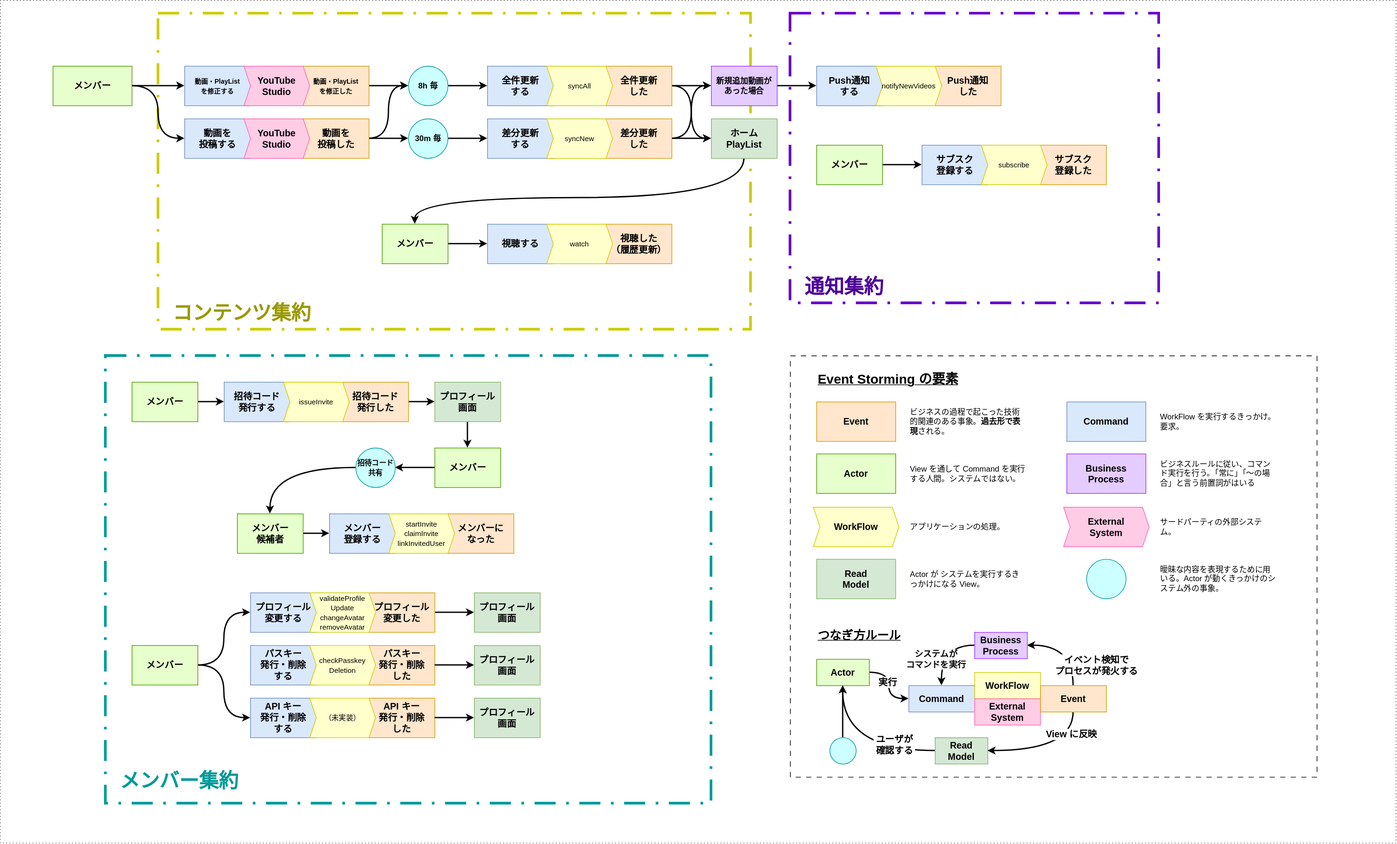
nw-union/soko keeps this draw.io diagram as event_storming.drawio.svg. Above is the earlier version. Source tidied: cells renumbered, new cells last; positions are measured from the earlier drawing's top-left corner, leaving out a move shared by most shapes.
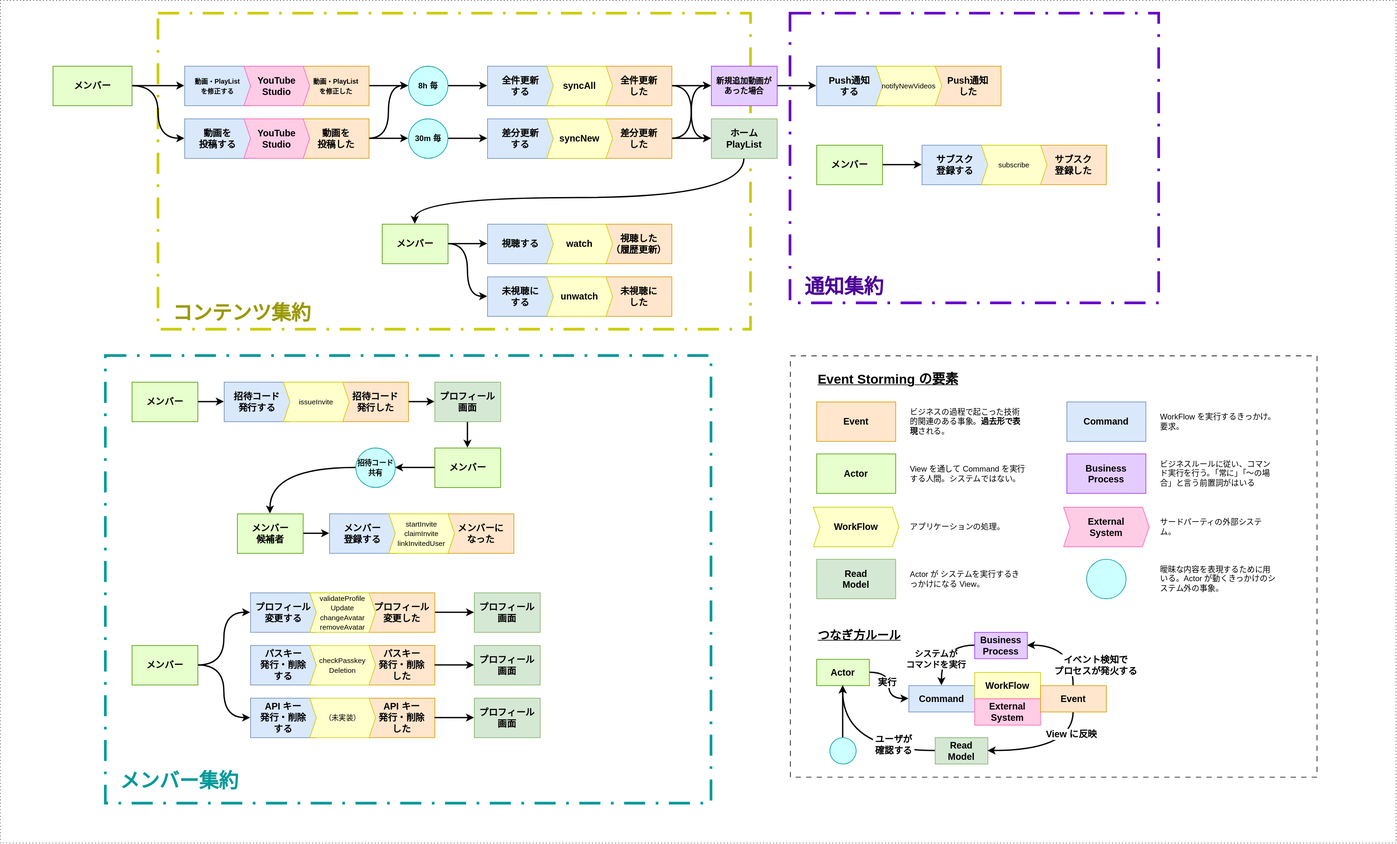
Above is the later version.

What changed in the source:
```diff
@@ -160,6 +160,9 @@
     <mxCell id="51" style="edgeStyle=orthogonalEdgeStyle;rounded=0;jettySize=auto;html=1;entryX=0;entryY=0.5;entryDx=0;entryDy=0;defaultLabelBackgroundColor=page;strokeWidth=2;" parent="1" edge="1" source="52" target="55">
       <mxGeometry relative="1" as="geometry" />
     </mxCell>
+    <mxCell id="125" style="edgeStyle=orthogonalEdgeStyle;rounded=0;jettySize=auto;html=1;entryX=0;entryY=0.5;entryDx=0;entryDy=0;defaultLabelBackgroundColor=page;strokeWidth=2;curved=1;curveGeometry=1;" parent="1" edge="1" source="52" target="127">
+      <mxGeometry relative="1" as="geometry" />
+    </mxCell>
     <mxCell id="52" value="&lt;b&gt;&lt;font style=&quot;font-size: 14px;&quot;&gt;メンバー&lt;/font&gt;&lt;/b&gt;" style="rounded=0;whiteSpace=wrap;html=1;fillColor=#E6FFCC;strokeColor=#4D9900;" parent="1" vertex="1">
       <mxGeometry x="580" y="340" width="100" height="60" as="geometry" />
     </mxCell>
@@ -177,7 +180,7 @@
     <mxCell id="55" value="&lt;span style=&quot;font-size: 14px;&quot;&gt;&lt;b&gt;視聴する&lt;/b&gt;&lt;/span&gt;" style="rounded=0;whiteSpace=wrap;html=1;fillColor=#dae8fc;strokeColor=#6c8ebf;" parent="1" vertex="1">
       <mxGeometry x="740" y="340" width="100" height="60" as="geometry" />
     </mxCell>
-    <mxCell id="56" value="&lt;span style=&quot;font-size: 11px;&quot;&gt;watch&lt;/span&gt;" style="shape=step;perimeter=stepPerimeter;whiteSpace=wrap;html=1;fixedSize=1;fillColor=#FFFFCC;strokeColor=#CCCC00;size=10;" parent="1" vertex="1">
+    <mxCell id="56" value="&lt;font style=&quot;font-size: 14px;&quot;&gt;&lt;b&gt;watch&lt;/b&gt;&lt;/font&gt;" style="shape=step;perimeter=stepPerimeter;whiteSpace=wrap;html=1;fixedSize=1;fillColor=#FFFFCC;strokeColor=#CCCC00;size=10;" parent="1" vertex="1">
       <mxGeometry x="830" y="340" width="100" height="60" as="geometry" />
     </mxCell>
     <mxCell id="57" value="&lt;span style=&quot;font-size: 14px;&quot;&gt;&lt;b&gt;Push通知&lt;/b&gt;&lt;/span&gt;&lt;div&gt;&lt;span style=&quot;font-size: 14px;&quot;&gt;&lt;b&gt;した&lt;/b&gt;&lt;/span&gt;&lt;/div&gt;" style="rounded=0;whiteSpace=wrap;html=1;fillColor=#ffe6cc;strokeColor=#d79b00;" parent="1" vertex="1">
@@ -207,7 +210,7 @@
     <mxCell id="65" value="&lt;span style=&quot;font-size: 14px;&quot;&gt;&lt;b&gt;全件更新&lt;/b&gt;&lt;/span&gt;&lt;div&gt;&lt;span style=&quot;font-size: 14px;&quot;&gt;&lt;b&gt;する&lt;/b&gt;&lt;/span&gt;&lt;/div&gt;" style="rounded=0;whiteSpace=wrap;html=1;fillColor=#dae8fc;strokeColor=#6c8ebf;" parent="1" vertex="1">
       <mxGeometry x="740" y="100" width="100" height="60" as="geometry" />
     </mxCell>
-    <mxCell id="66" value="&lt;span style=&quot;font-size: 11px;&quot;&gt;syncAll&lt;/span&gt;" style="shape=step;perimeter=stepPerimeter;whiteSpace=wrap;html=1;fixedSize=1;fillColor=#FFFFCC;strokeColor=#CCCC00;size=10;" parent="1" vertex="1">
+    <mxCell id="66" value="&lt;b style=&quot;&quot;&gt;&lt;font style=&quot;font-size: 14px;&quot;&gt;syncAll&lt;/font&gt;&lt;/b&gt;" style="shape=step;perimeter=stepPerimeter;whiteSpace=wrap;html=1;fixedSize=1;fillColor=#FFFFCC;strokeColor=#CCCC00;size=10;" parent="1" vertex="1">
       <mxGeometry x="830" y="100" width="100" height="60" as="geometry" />
     </mxCell>
     <mxCell id="67" style="edgeStyle=orthogonalEdgeStyle;rounded=0;jettySize=auto;html=1;entryX=0;entryY=0.5;entryDx=0;entryDy=0;defaultLabelBackgroundColor=page;strokeWidth=2;" parent="1" edge="1" source="68" target="71">
@@ -243,7 +246,7 @@
     <mxCell id="77" value="&lt;span style=&quot;font-size: 14px;&quot;&gt;&lt;b&gt;差分更新&lt;/b&gt;&lt;/span&gt;&lt;div&gt;&lt;span style=&quot;font-size: 14px;&quot;&gt;&lt;b&gt;する&lt;/b&gt;&lt;/span&gt;&lt;/div&gt;" style="rounded=0;whiteSpace=wrap;html=1;fillColor=#dae8fc;strokeColor=#6c8ebf;" parent="1" vertex="1">
       <mxGeometry x="740" y="180" width="100" height="60" as="geometry" />
     </mxCell>
-    <mxCell id="78" value="&lt;span style=&quot;font-size: 11px;&quot;&gt;syncNew&lt;/span&gt;" style="shape=step;perimeter=stepPerimeter;whiteSpace=wrap;html=1;fixedSize=1;fillColor=#FFFFCC;strokeColor=#CCCC00;size=10;" parent="1" vertex="1">
+    <mxCell id="78" value="&lt;b style=&quot;&quot;&gt;&lt;font style=&quot;font-size: 14px;&quot;&gt;syncNew&lt;/font&gt;&lt;/b&gt;" style="shape=step;perimeter=stepPerimeter;whiteSpace=wrap;html=1;fixedSize=1;fillColor=#FFFFCC;strokeColor=#CCCC00;size=10;" parent="1" vertex="1">
       <mxGeometry x="830" y="180" width="100" height="60" as="geometry" />
     </mxCell>
     <mxCell id="79" style="edgeStyle=orthogonalEdgeStyle;rounded=0;jettySize=auto;html=1;entryX=0;entryY=0.5;entryDx=0;entryDy=0;defaultLabelBackgroundColor=page;strokeWidth=2;" parent="1" edge="1" source="80" target="82">
@@ -384,5 +387,14 @@
     <mxCell id="124" value="&lt;font style=&quot;font-size: 30px;&quot;&gt;&lt;b&gt;メンバー集約&lt;/b&gt;&lt;/font&gt;" style="text;html=1;whiteSpace=wrap;strokeColor=none;fillColor=none;align=left;verticalAlign=middle;rounded=0;fontColor=#009999;" parent="1" vertex="1">
       <mxGeometry x="180" y="1170" width="240" height="30" as="geometry" />
     </mxCell>
+    <mxCell id="126" value="&lt;span style=&quot;font-size: 14px;&quot;&gt;&lt;b&gt;未視聴に&lt;/b&gt;&lt;/span&gt;&lt;div&gt;&lt;span style=&quot;font-size: 14px;&quot;&gt;&lt;b&gt;した&lt;/b&gt;&lt;/span&gt;&lt;/div&gt;" style="rounded=0;whiteSpace=wrap;html=1;fillColor=#ffe6cc;strokeColor=#d79b00;" parent="1" vertex="1">
+      <mxGeometry x="920" y="420" width="100" height="60" as="geometry" />
+    </mxCell>
+    <mxCell id="127" value="&lt;span style=&quot;font-size: 14px;&quot;&gt;&lt;b&gt;未視聴に&lt;/b&gt;&lt;/span&gt;&lt;div&gt;&lt;span style=&quot;font-size: 14px;&quot;&gt;&lt;b&gt;する&lt;/b&gt;&lt;/span&gt;&lt;/div&gt;" style="rounded=0;whiteSpace=wrap;html=1;fillColor=#dae8fc;strokeColor=#6c8ebf;" parent="1" vertex="1">
+      <mxGeometry x="740" y="420" width="100" height="60" as="geometry" />
+    </mxCell>
+    <mxCell id="128" value="&lt;font style=&quot;font-size: 14px;&quot;&gt;&lt;b&gt;unwatch&lt;/b&gt;&lt;/font&gt;" style="shape=step;perimeter=stepPerimeter;whiteSpace=wrap;html=1;fixedSize=1;fillColor=#FFFFCC;strokeColor=#CCCC00;size=10;" parent="1" vertex="1">
+      <mxGeometry x="830" y="420" width="100" height="60" as="geometry" />
+    </mxCell>
   </root>
 </mxGraphModel>
```
